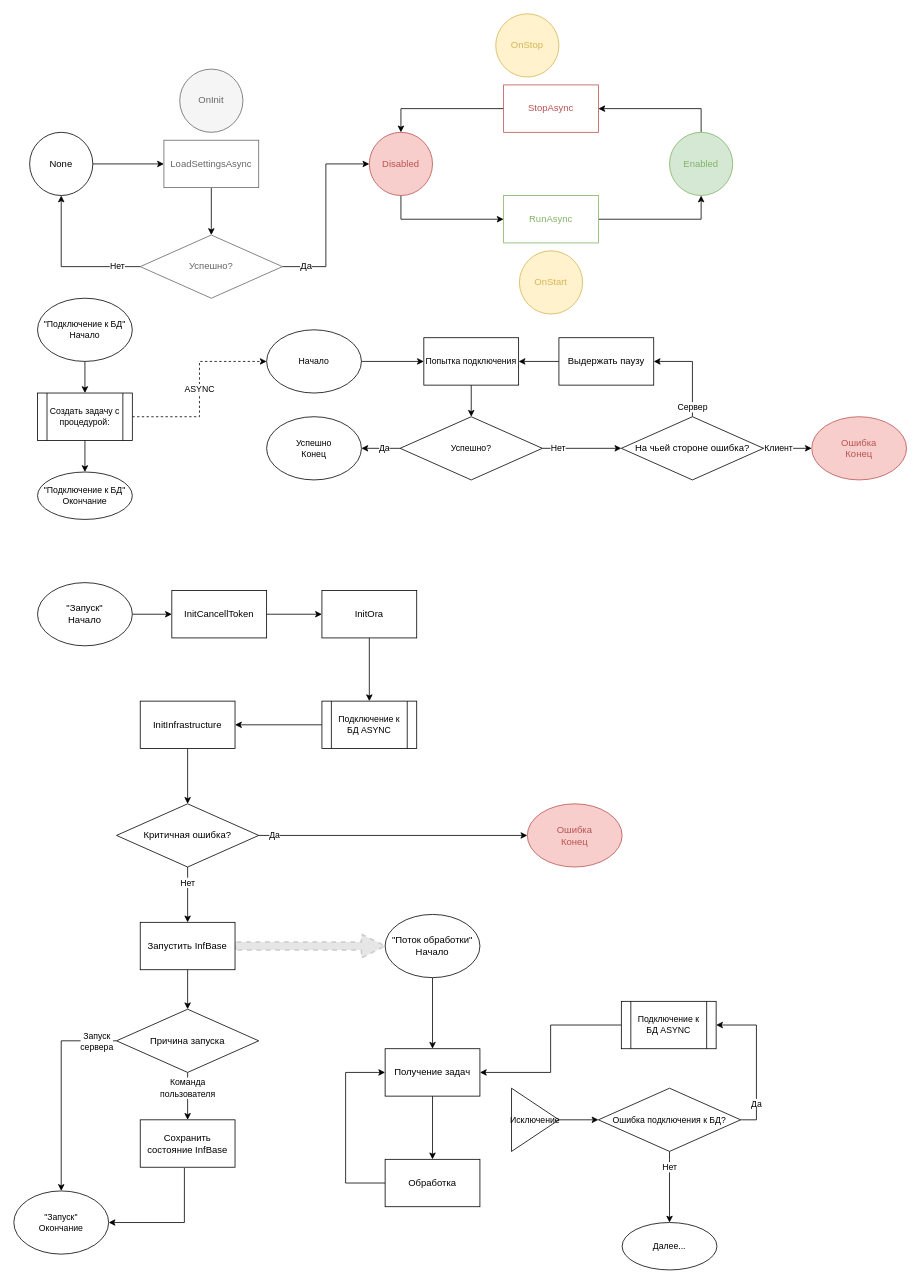
Earlier version of the draw.io diagram Запуск InfBase.drawio (tkadm/-). Source tidied: cells renumbered, new cells numbered last; positions are measured from the earlier drawing's top-left corner, leaving out a move shared by most shapes. Both pictures are drawn from the tidied source at 79%, with x=0, y=0 at pixel (13, 13).
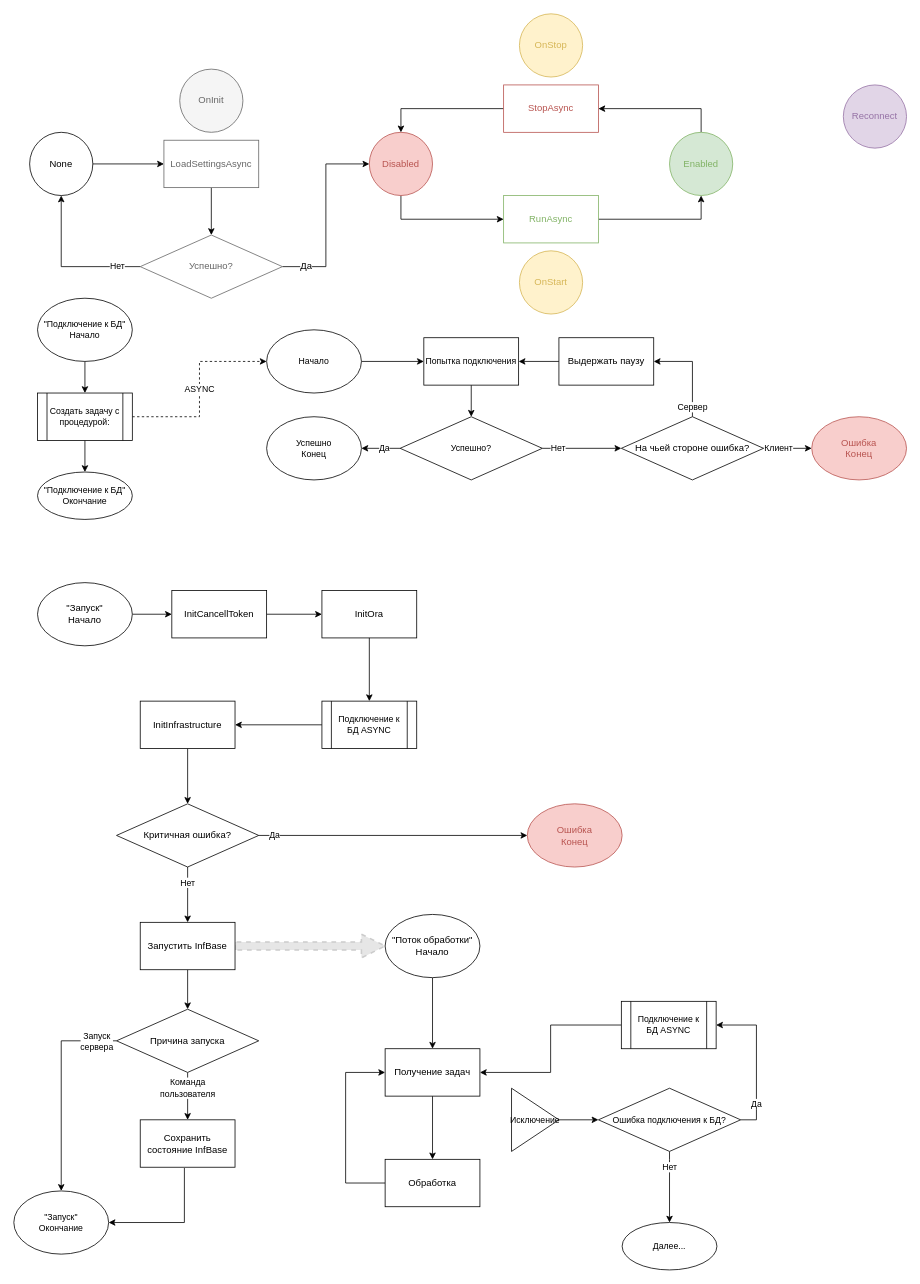
The same diagram, later.

The edit, as a diff of the source:
```diff
@@
     <mxCell id="15" value="OnStop" style="ellipse;whiteSpace=wrap;html=1;fillColor=#fff2cc;strokeColor=#d6b656;fontColor=#D6B656;" parent="1" vertex="1">
-      <mxGeometry x="610" width="80" height="80" as="geometry" />
+      <mxGeometry x="640" width="80" height="80" as="geometry" />
     </mxCell>
@@
+    <mxCell id="78" value="Reconnect" style="ellipse;whiteSpace=wrap;html=1;sketch=0;shadow=0;fillColor=#e1d5e7;strokeColor=#9673A6;fontColor=#9673A6;" parent="1" vertex="1">
+      <mxGeometry x="1050" y="90" width="80" height="80" as="geometry" />
+    </mxCell>
```
